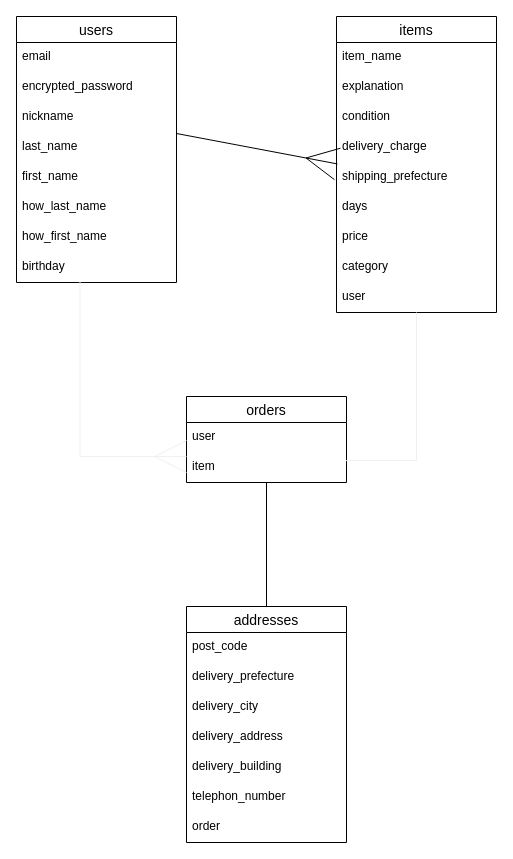
coronnoniwa/furima-38795 keeps this draw.io diagram as ER.dio. Above is the earlier version. Source tidied: cells renumbered, new cells numbered last; positions are measured from the earlier drawing's top-left corner, leaving out a move shared by most shapes. Both pictures are drawn from the tidied source at 100%, with x=0, y=0 at pixel (16, 16).
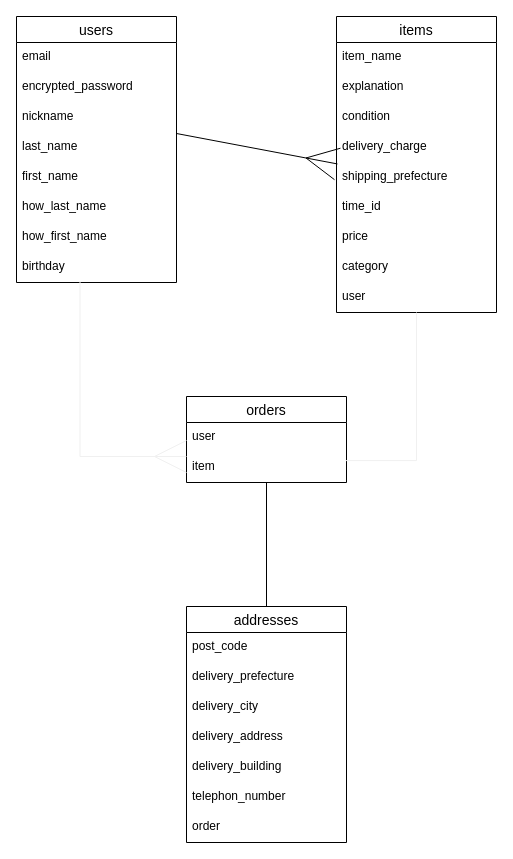
The same diagram, later.

Commit message (it also covers changes not shown here):
データベース設計修正３

Unchanged cells that the change refers to:
```xml
<mxCell id="12" value="items" style="swimlane;fontStyle=0;horizontal=1;startSize=26;align=center;fontSize=14;" parent="1" vertex="1">
  <mxGeometry x="320" width="160" height="296" as="geometry" />
</mxCell>
```

What changed in the source:
```diff
@@
-    <mxCell id="18" value="days" style="text;strokeColor=none;fillColor=none;spacingLeft=4;spacingRight=4;overflow=hidden;fontSize=12;" parent="12" vertex="1">
+    <mxCell id="18" value="time_id" style="text;strokeColor=none;fillColor=none;spacingLeft=4;spacingRight=4;overflow=hidden;fontSize=12;" parent="12" vertex="1">
       <mxGeometry y="176" width="160" height="30" as="geometry" />
     </mxCell>
```
